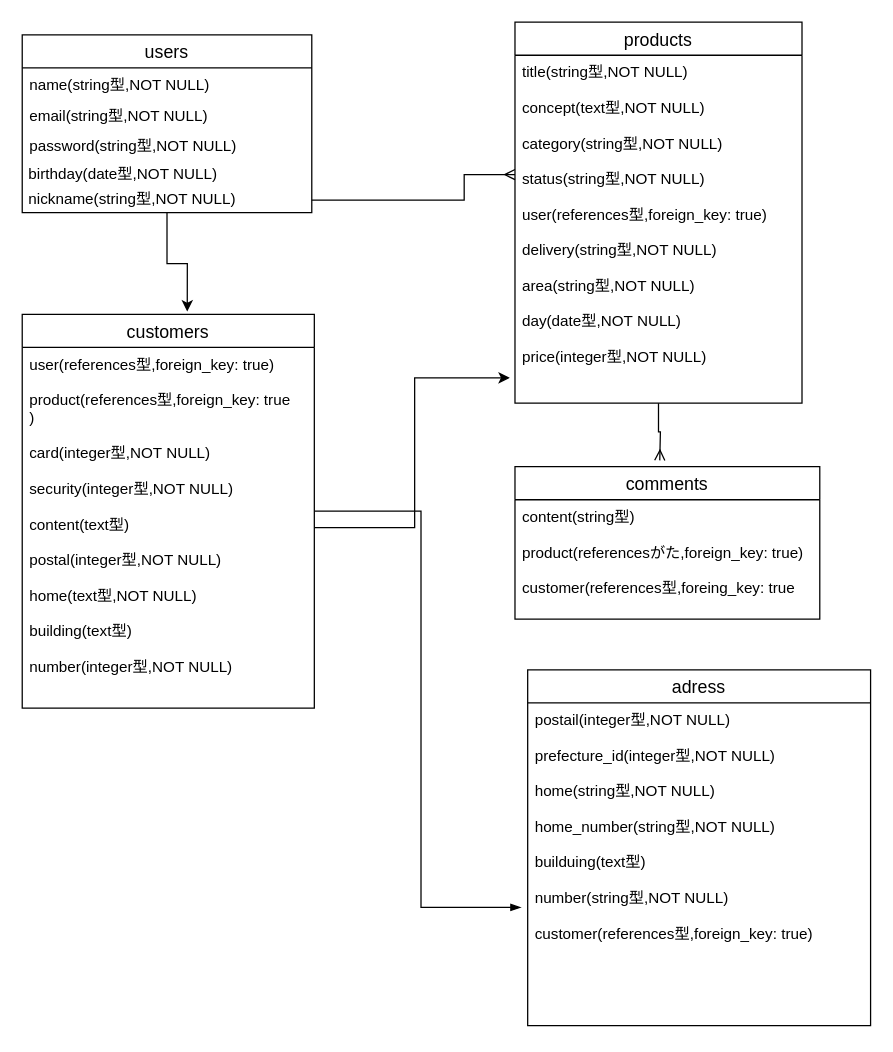
Above: furima.dio in Wh1te-7/furima-31645 (draw.io), before the change. Source tidied: cells renumbered, new cells numbered last; positions are measured from the earlier drawing's top-left corner, leaving out a move shared by most shapes. Both pictures are drawn from the tidied source at 127%, with x=0, y=0 at pixel (22, 22).
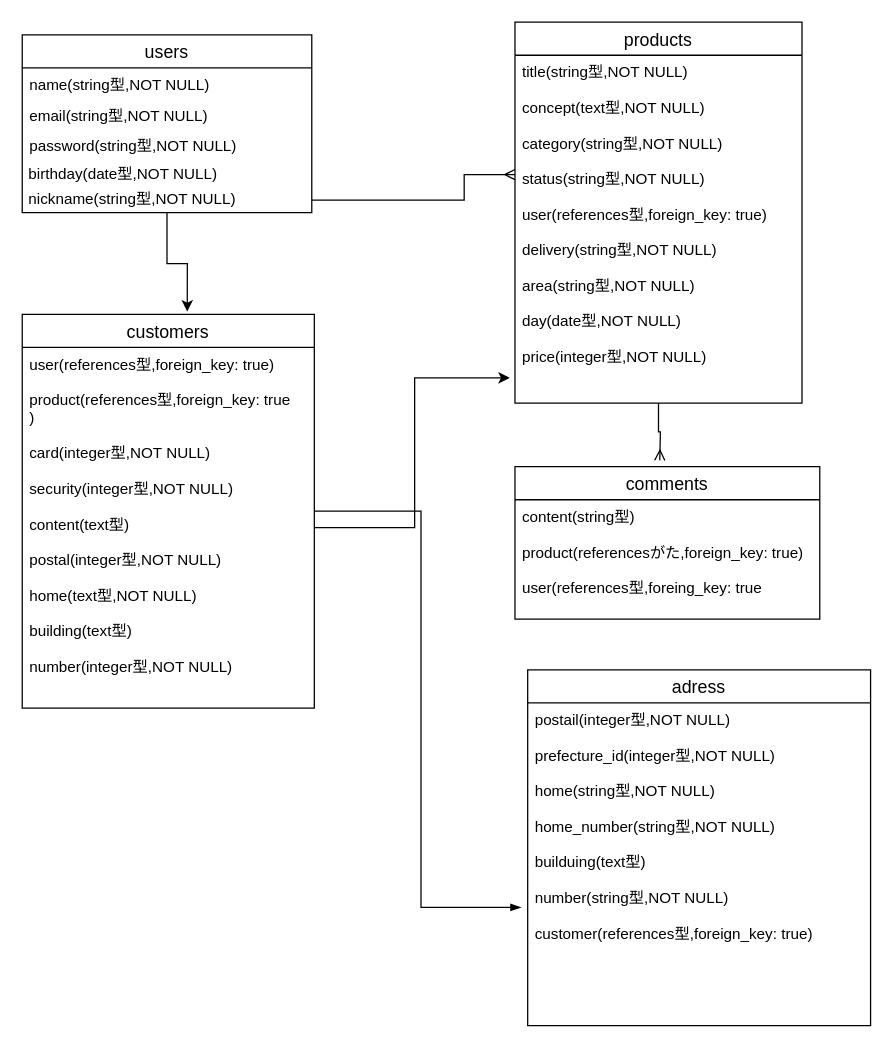
The same page after the edit.

Commit message (it also covers changes not shown here):
データベース設計

Unchanged cells that the change refers to:
```xml
<mxCell id="17" value="comments" style="swimlane;fontStyle=0;horizontal=1;startSize=26;align=center;fontSize=14;" parent="1" vertex="1">
  <mxGeometry x="388" y="350" width="240" height="120" as="geometry" />
</mxCell>
```

What changed in the source:
```diff
@@
-    <mxCell id="18" value="content(string型)&#10;&#10;product(referencesがた,foreign_key: true)&#10;&#10;customer(references型,foreing_key: true" style="text;strokeColor=none;fillColor=none;spacingLeft=4;spacingRight=4;overflow=hidden;fontSize=12;" parent="17" vertex="1">
+    <mxCell id="18" value="content(string型)&#10;&#10;product(referencesがた,foreign_key: true)&#10;&#10;user(references型,foreing_key: true" style="text;strokeColor=none;fillColor=none;spacingLeft=4;spacingRight=4;overflow=hidden;fontSize=12;" parent="17" vertex="1">
       <mxGeometry y="26" width="240" height="94" as="geometry" />
     </mxCell>
```
